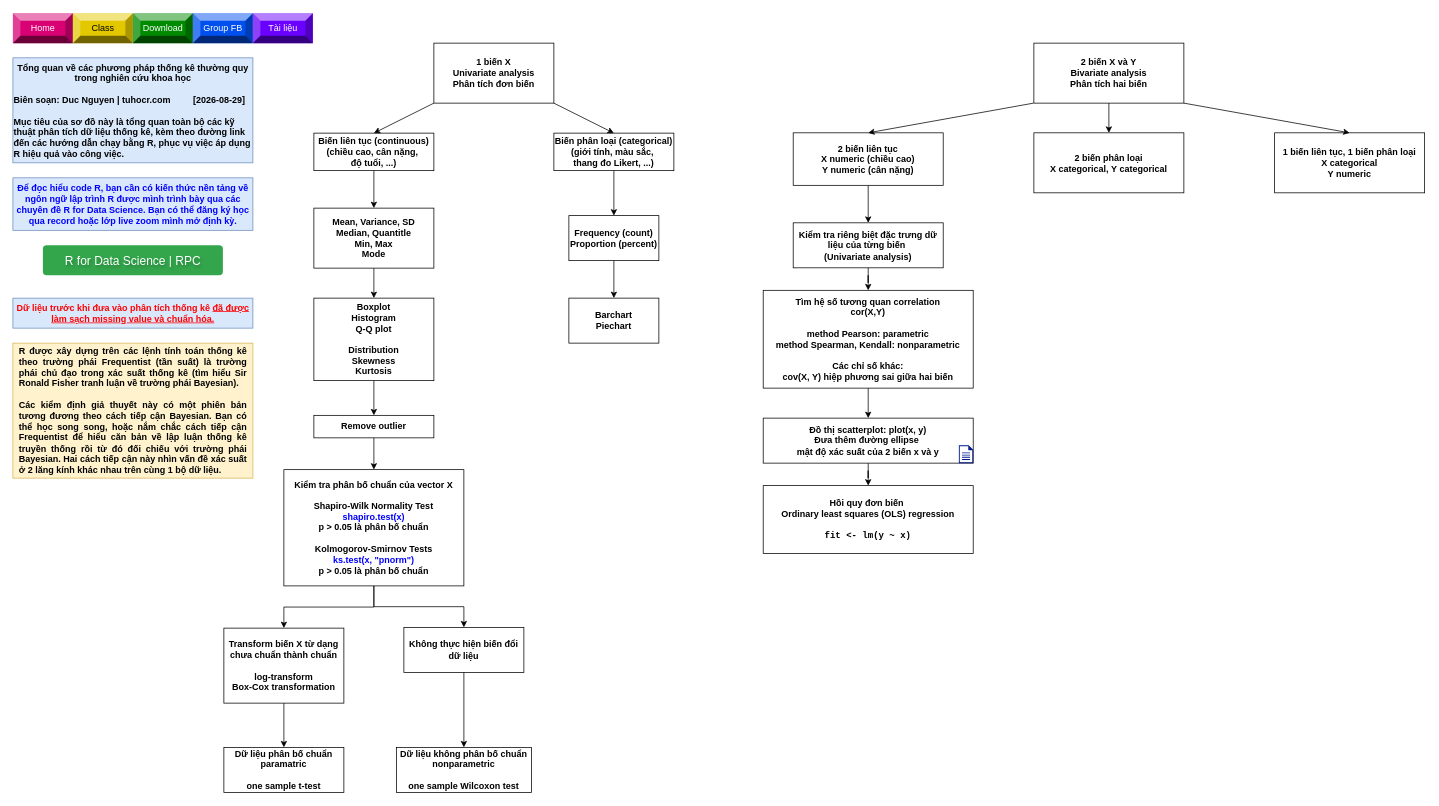
The draw.io diagram blog/cac-phuong-phap-thong-ke-thuong-quy/roadmap.drawio in tuhocr/thongkevavedothi, before the edit. Source tidied: cells renumbered, new cells numbered last; positions are measured from the earlier drawing's top-left corner, leaving out a move shared by most shapes. Both pictures are drawn from the tidied source at 75%, with x=0, y=0 at pixel (13, 13).
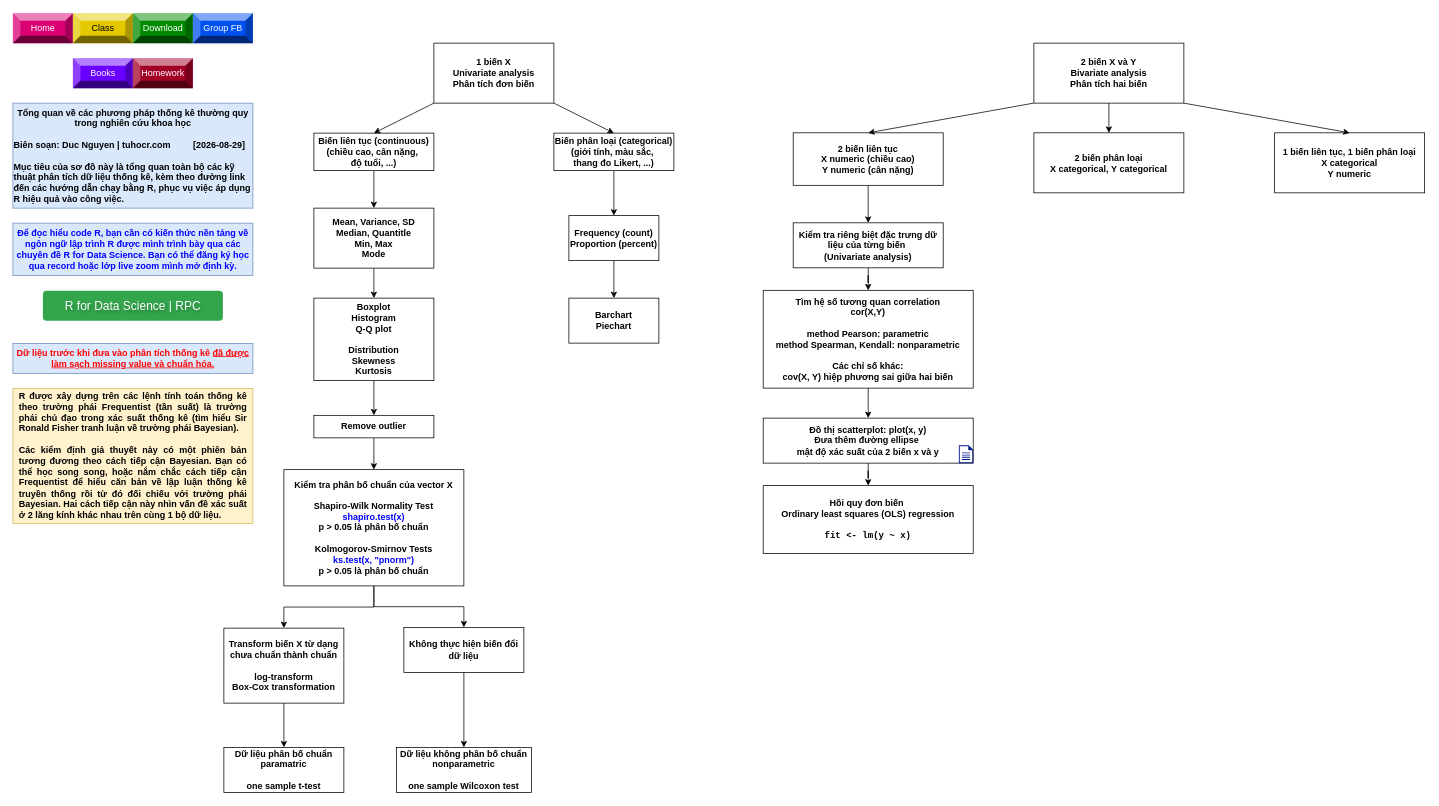
After the change.

Diff of the diagram source:
```diff
@@
     <mxCell id="26" value="&lt;span style=&quot;color: rgb(255, 0, 0);&quot;&gt;Dữ liệu trước khi đưa vào phân tích thống kê &lt;u&gt;đã được&lt;/u&gt; &lt;u&gt;làm sạch missing value và chuẩn hóa.&lt;/u&gt;&lt;/span&gt;" style="rounded=0;whiteSpace=wrap;html=1;fontStyle=1;fillColor=#dae8fc;strokeColor=#6c8ebf;" parent="1" vertex="1">
-      <mxGeometry x="-0.3" y="380" width="320" height="40" as="geometry" />
+      <mxGeometry x="-0.3" y="440.4" width="320" height="40" as="geometry" />
     </mxCell>
@@
     <mxCell id="43" value="&lt;div style=&quot;text-align: justify;&quot;&gt;&lt;span style=&quot;background-color: transparent;&quot;&gt;R được xây dựng trên các lệnh tính toán thống kê theo trường phái Frequentist (tần suất) là trường phái chủ đạo trong xác suất thống kê&amp;nbsp;&lt;/span&gt;&lt;span style=&quot;background-color: transparent;&quot;&gt;(tìm hiểu Sir Ronald Fisher tranh luận về trường phái Bayesian).&lt;/span&gt;&lt;/div&gt;&lt;div style=&quot;text-align: justify;&quot;&gt;&lt;span style=&quot;&quot;&gt;&lt;br&gt;&lt;/span&gt;&lt;/div&gt;&lt;div style=&quot;text-align: justify;&quot;&gt;&lt;span style=&quot;&quot;&gt;Các kiểm định giả thuyết này có một phiên bản tương đương theo cách tiếp cận Bayesian. Bạn có thể học song song, hoặc nắm chắc cách tiếp cận Frequentist để hiểu căn bản về lập luận thống kê truyền thống rồi từ đó đối chiếu với trường phái Bayesian. Hai cách tiếp cận này nhìn vấn đề xác suất ở 2 lăng kính khác nhau trên cùng 1 bộ dữ liệu.&lt;/span&gt;&lt;/div&gt;" style="rounded=0;whiteSpace=wrap;html=1;fontStyle=1;fillColor=#fff2cc;strokeColor=#d6b656;spacingLeft=7.874;spacingRight=7.874;spacingTop=7.874;spacingBottom=7.874;fontColor=#000000;" parent="1" vertex="1">
-      <mxGeometry x="-0.3" y="440" width="320" height="180" as="geometry" />
+      <mxGeometry x="-0.3" y="500.4" width="320" height="180" as="geometry" />
     </mxCell>
@@
     <mxCell id="47" value="&lt;font&gt;Tổng quan về các phương pháp thống kê thường quy trong nghiên cứu khoa học&lt;/font&gt;&lt;div&gt;&lt;font&gt;&lt;br&gt;&lt;/font&gt;&lt;div style=&quot;text-align: left;&quot;&gt;&lt;font&gt;Biên soạn: Duc Nguyen | tuhocr.com&amp;nbsp; &amp;nbsp; &amp;nbsp; &amp;nbsp; &amp;nbsp;[&lt;/font&gt;&lt;span style=&quot;background-color: transparent;&quot;&gt;2026-08-29]&lt;/span&gt;&lt;/div&gt;&lt;div style=&quot;text-align: left;&quot;&gt;&lt;span style=&quot;background-color: transparent;&quot;&gt;&lt;br&gt;&lt;/span&gt;&lt;/div&gt;&lt;div style=&quot;text-align: left;&quot;&gt;&lt;span style=&quot;background-color: transparent;&quot;&gt;Mục tiêu của sơ đồ này là tổng quan toàn bộ các kỹ thuật phân tích dữ liệu thống kê, kèm theo đường link đến các hướng dẫn chạy bằng R, phục vụ việc áp dụng R hiệu quả vào công việc.&amp;nbsp;&lt;/span&gt;&lt;/div&gt;&lt;/div&gt;" style="rounded=0;whiteSpace=wrap;html=1;fontStyle=1;fillColor=#dae8fc;strokeColor=#6c8ebf;fontColor=#000000;" parent="1" vertex="1">
-      <mxGeometry x="-0.3" y="59.6" width="320" height="140" as="geometry" />
+      <mxGeometry x="-0.3" y="120" width="320" height="140" as="geometry" />
     </mxCell>
@@
     <mxCell id="49" value="&lt;font&gt;Để đọc hiểu code R, bạn cần có kiến thức nền tảng về ngôn ngữ lập trình R được mình trình bày qua các chuyên đề R for Data Science. Bạn có thể đăng ký học qua record hoặc lớp live zoom mình mở định kỳ.&lt;/font&gt;" style="rounded=0;whiteSpace=wrap;html=1;fontStyle=1;fillColor=#dae8fc;strokeColor=#6c8ebf;fontColor=#0000FF;" parent="1" vertex="1">
-      <mxGeometry x="-0.3" y="219.6" width="320" height="70" as="geometry" />
+      <mxGeometry x="-0.3" y="280" width="320" height="70" as="geometry" />
     </mxCell>
     <mxCell id="50" value="R for Data Science | RPC" style="html=1;shadow=0;dashed=0;shape=mxgraph.bootstrap.rrect;rSize=5;strokeColor=none;strokeWidth=1;fillColor=#33A64C;fontColor=#FFFFFF;whiteSpace=wrap;align=center;verticalAlign=middle;spacingLeft=0;fontStyle=0;fontSize=16;spacing=5;textShadow=1;" parent="1" vertex="1">
-      <mxGeometry x="39.7" y="309.6" width="240" height="40" as="geometry" />
+      <mxGeometry x="39.7" y="370" width="240" height="40" as="geometry" />
     </mxCell>
@@
-    <mxCell id="52" value="Tài liệu" style="labelPosition=center;verticalLabelPosition=middle;align=center;html=1;shape=mxgraph.basic.shaded_button;dx=10;fillColor=#6a00ff;strokeColor=#3700CC;whiteSpace=wrap;fontColor=#ffffff;" parent="1" vertex="1">
-      <mxGeometry x="319.7" width="80" height="40" as="geometry" />
+    <mxCell id="52" value="Books" style="labelPosition=center;verticalLabelPosition=middle;align=center;html=1;shape=mxgraph.basic.shaded_button;dx=10;fillColor=#6a00ff;strokeColor=#3700CC;whiteSpace=wrap;fontColor=#ffffff;" parent="1" vertex="1">
+      <mxGeometry x="79.7" y="60" width="80" height="40" as="geometry" />
     </mxCell>
+    <mxCell id="53" value="Homework" style="labelPosition=center;verticalLabelPosition=middle;align=center;html=1;shape=mxgraph.basic.shaded_button;dx=10;fillColor=#a20025;strokeColor=#6F0000;whiteSpace=wrap;fontColor=#ffffff;" parent="1" vertex="1">
+      <mxGeometry x="159.7" y="60" width="80" height="40" as="geometry" />
+    </mxCell>
```
